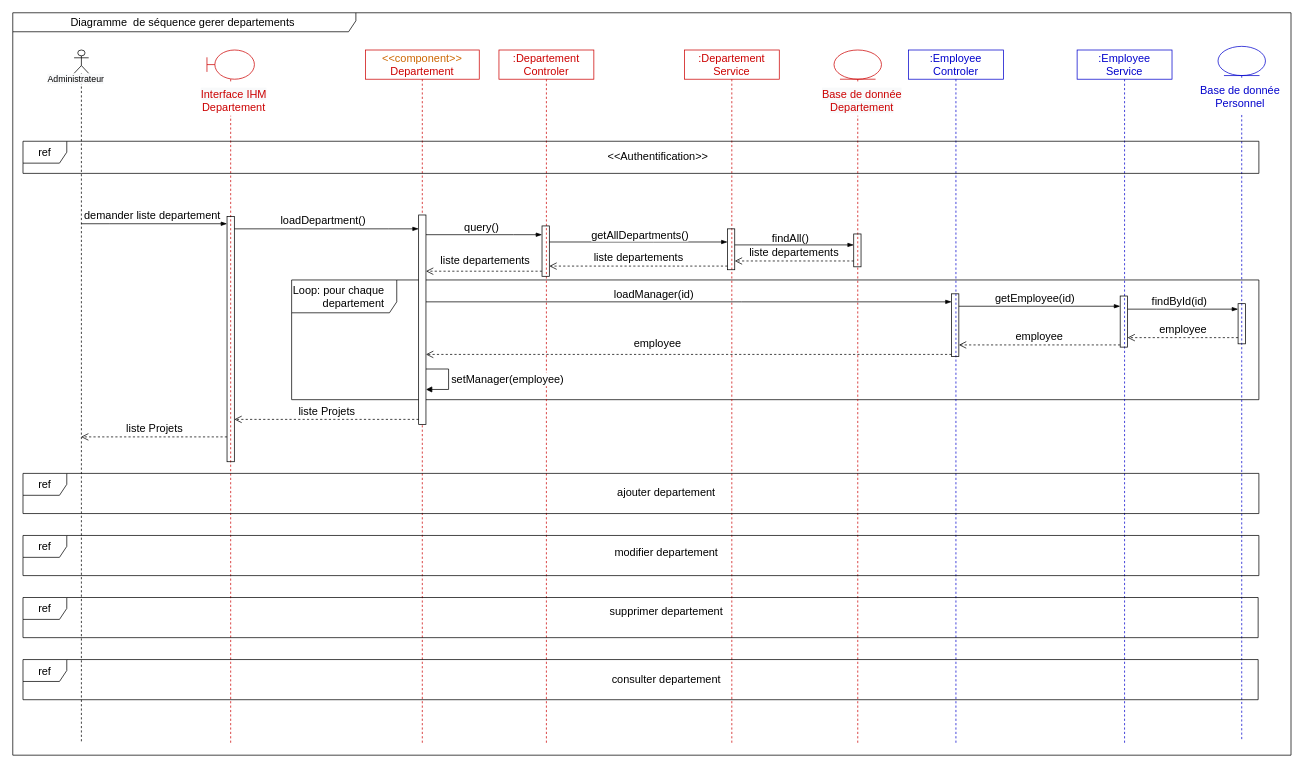
The draw.io diagram Department/DepartmentListDiagrammeSequence.drawio in ZidiMedAmine/UML, before the edit. Source tidied: cells renumbered, new cells numbered last; positions are measured from the earlier drawing's top-left corner, leaving out a move shared by most shapes. Both pictures are drawn from the tidied source at 73%, with x=0, y=0 at pixel (12, 12).
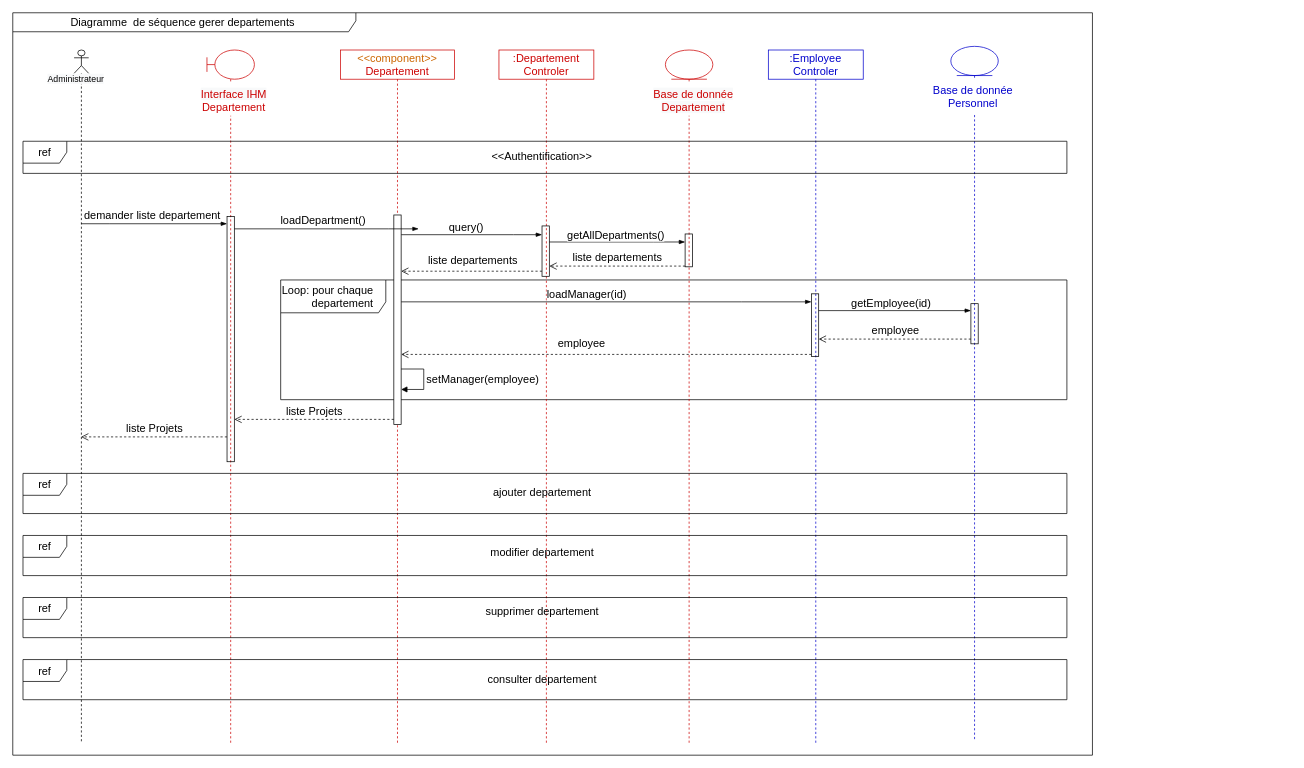
The same page after the edit.

Commit message:
Mettre à jour DepartmentListDiagrammeSequence.drawio

Unchanged cells that the change refers to:
```xml
<mxCell id="5" style="html=1;points=[];perimeter=orthogonalPerimeter;rounded=0;shadow=0;glass=0;sketch=0;fontSize=15;fillColor=none;" parent="4" vertex="1">
  <mxGeometry x="59" y="241" width="10" height="69" as="geometry" />
</mxCell>
<mxCell id="11" style="html=1;points=[];perimeter=orthogonalPerimeter;rounded=0;shadow=0;glass=0;sketch=0;fontSize=15;fillColor=none;" parent="10" vertex="1">
  <mxGeometry x="27" y="252" width="10" height="45" as="geometry" />
</mxCell>
<mxCell id="17" style="html=1;points=[];perimeter=orthogonalPerimeter;rounded=0;shadow=0;glass=0;sketch=0;fontSize=15;fillColor=none;" parent="16" vertex="1">
  <mxGeometry x="59" y="334" width="10" height="86" as="geometry" />
</mxCell>
<mxCell id="20" style="html=1;points=[];perimeter=orthogonalPerimeter;rounded=0;shadow=0;glass=0;sketch=0;fontSize=15;fillColor=none;" parent="18" vertex="1">
  <mxGeometry x="27.5" y="352.5" width="10" height="55" as="geometry" />
</mxCell>
```

Change to the diagram source:
```diff
@@
     <mxCell id="2" value="Diagramme&amp;nbsp; de séquence gerer departements&amp;nbsp;" style="shape=umlFrame;whiteSpace=wrap;html=1;rounded=0;shadow=0;glass=0;sketch=0;fontSize=15;fillColor=none;width=470;height=26;" parent="1" vertex="1">
-      <mxGeometry width="1751" height="1017" as="geometry" />
+      <mxGeometry width="1479" height="1017" as="geometry" />
     </mxCell>
     <mxCell id="3" value="Loop: pour chaque&lt;br&gt;&lt;div style=&quot;text-align: right;&quot;&gt;&lt;span style=&quot;background-color: initial;&quot;&gt;&amp;nbsp;&lt;/span&gt;&lt;span style=&quot;background-color: initial;&quot;&gt;departement&lt;/span&gt;&lt;/div&gt;" style="shape=umlFrame;whiteSpace=wrap;html=1;rounded=0;shadow=0;glass=0;sketch=0;fontSize=15;fillColor=none;width=144;height=45;align=left;" parent="1" vertex="1">
-      <mxGeometry x="382" y="366" width="1325" height="164" as="geometry" />
+      <mxGeometry x="367" y="366" width="1077" height="164" as="geometry" />
     </mxCell>
@@
-    <mxCell id="8" value=":Departement&lt;br&gt;Service" style="shape=umlLifeline;perimeter=lifelinePerimeter;whiteSpace=wrap;html=1;rounded=0;shadow=0;glass=0;sketch=0;fillColor=none;fontSize=15;fontColor=#CC0000;strokeColor=#CC0000;" parent="1" vertex="1">
-      <mxGeometry x="920" y="51" width="130" height="950" as="geometry" />
-    </mxCell>
-    <mxCell id="9" style="html=1;points=[];perimeter=orthogonalPerimeter;rounded=0;shadow=0;glass=0;sketch=0;fontSize=15;fillColor=none;" parent="8" vertex="1">
-      <mxGeometry x="59" y="245" width="10" height="56" as="geometry" />
-    </mxCell>
     <mxCell id="10" style="shape=umlLifeline;participant=umlEntity;perimeter=lifelinePerimeter;whiteSpace=wrap;html=1;verticalAlign=top;spacingTop=36;rounded=0;shadow=0;glass=0;sketch=0;fontSize=15;fillColor=none;fontColor=#CC0000;strokeColor=#CC0000;" parent="1" vertex="1">
-      <mxGeometry x="1125" y="51" width="65" height="950" as="geometry" />
+      <mxGeometry x="894" y="51" width="65" height="950" as="geometry" />
     </mxCell>
@@
     <mxCell id="16" value=":Employee&lt;br&gt;Controler" style="shape=umlLifeline;perimeter=lifelinePerimeter;whiteSpace=wrap;html=1;rounded=0;shadow=0;glass=0;sketch=0;fillColor=none;fontSize=15;strokeColor=#0000CC;fontColor=#0000CC;" parent="1" vertex="1">
-      <mxGeometry x="1227" y="51" width="130" height="950" as="geometry" />
+      <mxGeometry x="1035" y="51" width="130" height="950" as="geometry" />
     </mxCell>
@@
     <mxCell id="18" style="shape=umlLifeline;participant=umlEntity;perimeter=lifelinePerimeter;whiteSpace=wrap;html=1;verticalAlign=top;spacingTop=36;rounded=0;shadow=0;glass=0;sketch=0;fontSize=15;fillColor=none;strokeColor=#0000CC;" parent="1" vertex="1">
-      <mxGeometry x="1651" y="46" width="65" height="950" as="geometry" />
+      <mxGeometry x="1285" y="46" width="65" height="950" as="geometry" />
     </mxCell>
@@
-    <mxCell id="21" value=":Employee&lt;br&gt;Service" style="shape=umlLifeline;perimeter=lifelinePerimeter;whiteSpace=wrap;html=1;rounded=0;shadow=0;glass=0;sketch=0;fillColor=none;fontSize=15;strokeColor=#0000CC;fontColor=#0000CC;" parent="1" vertex="1">
-      <mxGeometry x="1458" y="51" width="130" height="950" as="geometry" />
-    </mxCell>
-    <mxCell id="22" style="html=1;points=[];perimeter=orthogonalPerimeter;rounded=0;shadow=0;glass=0;sketch=0;fontSize=15;fillColor=none;" parent="21" vertex="1">
-      <mxGeometry x="59" y="337" width="10" height="70" as="geometry" />
-    </mxCell>
@@
-    <mxCell id="27" style="edgeStyle=elbowEdgeStyle;fontSize=12;html=1;endArrow=blockThin;endFill=1;rounded=0;" parent="1" edge="1" source="5" target="9">
+    <mxCell id="27" style="edgeStyle=elbowEdgeStyle;fontSize=12;html=1;endArrow=blockThin;endFill=1;rounded=0;" parent="1" edge="1" source="5" target="11">
       <mxGeometry relative="1" as="geometry">
         <Array as="points">
           <mxPoint x="878" y="314" />
           <mxPoint x="727" y="299" />
           <mxPoint x="652" y="328" />
         </Array>
       </mxGeometry>
     </mxCell>
@@
-    <mxCell id="29" style="edgeStyle=elbowEdgeStyle;fontSize=12;html=1;endArrow=blockThin;endFill=1;rounded=0;" parent="1" edge="1" source="9" target="11">
-      <mxGeometry relative="1" as="geometry">
-        <Array as="points">
-          <mxPoint x="1140" y="318" />
-          <mxPoint x="994" y="299" />
-          <mxPoint x="891" y="304" />
-        </Array>
-      </mxGeometry>
-    </mxCell>
-    <mxCell id="30" value="findAll()" style="edgeLabel;html=1;align=center;verticalAlign=middle;fontSize=15;labelBackgroundColor=none;" parent="29" vertex="1">
-      <mxGeometry x="-0.36" y="2" relative="1" as="geometry">
-        <mxPoint x="23" y="-9" as="offset" />
-      </mxGeometry>
-    </mxCell>
-    <mxCell id="31" value="liste departements" style="html=1;verticalAlign=bottom;endArrow=open;dashed=1;endSize=8;rounded=0;fontSize=15;labelBackgroundColor=none;" parent="1" edge="1" source="11" target="9">
-      <mxGeometry relative="1" as="geometry">
-        <Array as="points">
-          <mxPoint x="1077" y="340" />
-        </Array>
-      </mxGeometry>
-    </mxCell>
-    <mxCell id="32" value="liste departements" style="html=1;verticalAlign=bottom;endArrow=open;dashed=1;endSize=8;rounded=0;fontSize=15;" parent="1" edge="1" source="9" target="5">
+    <mxCell id="32" value="liste departements" style="html=1;verticalAlign=bottom;endArrow=open;dashed=1;endSize=8;rounded=0;fontSize=15;" parent="1" edge="1" source="11" target="5">
       <mxGeometry relative="1" as="geometry">
         <Array as="points">
           <mxPoint x="883" y="347" />
         </Array>
       </mxGeometry>
     </mxCell>
@@
-    <mxCell id="36" style="fontSize=12;html=1;endArrow=blockThin;endFill=1;rounded=0;" parent="1" edge="1" source="17" target="22">
+    <mxCell id="36" style="fontSize=12;html=1;endArrow=blockThin;endFill=1;rounded=0;" parent="1" edge="1" source="17" target="20">
       <mxGeometry relative="1" as="geometry">
         <Array as="points">
-          <mxPoint x="1388" y="402" />
+          <mxPoint x="1307" y="408" />
         </Array>
       </mxGeometry>
     </mxCell>
@@
-    <mxCell id="38" style="edgeStyle=elbowEdgeStyle;fontSize=12;html=1;endArrow=blockThin;endFill=1;rounded=0;" parent="1" edge="1" source="22" target="20">
-      <mxGeometry relative="1" as="geometry">
-        <Array as="points">
-          <mxPoint x="1567" y="406" />
-          <mxPoint x="1459" y="395" />
-        </Array>
-      </mxGeometry>
-    </mxCell>
-    <mxCell id="39" value="findById(id)" style="edgeLabel;html=1;align=center;verticalAlign=middle;fontSize=15;" parent="38" vertex="1">
-      <mxGeometry x="-0.27" y="1" relative="1" as="geometry">
-        <mxPoint x="15" y="-11" as="offset" />
-      </mxGeometry>
-    </mxCell>
-    <mxCell id="40" value="employee" style="html=1;verticalAlign=bottom;endArrow=open;dashed=1;endSize=8;rounded=0;fontSize=15;" parent="1" edge="1" source="20" target="22">
+    <mxCell id="40" value="employee" style="html=1;verticalAlign=bottom;endArrow=open;dashed=1;endSize=8;rounded=0;fontSize=15;" parent="1" edge="1" source="20" target="17">
       <mxGeometry relative="1" as="geometry">
         <Array as="points">
-          <mxPoint x="1574" y="445" />
+          <mxPoint x="1294" y="447" />
         </Array>
       </mxGeometry>
     </mxCell>
-    <mxCell id="41" value="employee" style="html=1;verticalAlign=bottom;endArrow=open;dashed=1;endSize=8;rounded=0;fontSize=15;" parent="1" edge="1" source="22" target="17">
-      <mxGeometry relative="1" as="geometry">
-        <Array as="points">
-          <mxPoint x="1362" y="455" />
-        </Array>
-      </mxGeometry>
-    </mxCell>
@@
     <mxCell id="44" value="&lt;span style=&quot;color: rgb(204, 102, 0);&quot;&gt;&amp;lt;&amp;lt;component&amp;gt;&amp;gt;&lt;/span&gt;&lt;br style=&quot;color: rgb(204, 102, 0);&quot;&gt;Departement" style="shape=umlLifeline;perimeter=lifelinePerimeter;whiteSpace=wrap;html=1;rounded=0;shadow=0;glass=0;sketch=0;fillColor=none;fontSize=15;fontColor=#CC0000;strokeColor=#CC0000;" parent="1" vertex="1">
-      <mxGeometry x="483" y="51" width="156" height="950" as="geometry" />
+      <mxGeometry x="449" y="51" width="156" height="950" as="geometry" />
     </mxCell>
@@
     <mxCell id="50" value="ref" style="shape=umlFrame;whiteSpace=wrap;html=1;labelBackgroundColor=none;fontSize=15;" parent="1" vertex="1">
-      <mxGeometry x="14" y="176" width="1693" height="44" as="geometry" />
+      <mxGeometry x="14" y="176" width="1430" height="44" as="geometry" />
     </mxCell>
     <mxCell id="51" value="&amp;lt;&amp;lt;Authentification&amp;gt;&amp;gt;" style="text;html=1;strokeColor=none;fillColor=none;align=center;verticalAlign=middle;whiteSpace=wrap;rounded=0;labelBackgroundColor=none;fontSize=15;fontColor=#000000;" parent="1" vertex="1">
-      <mxGeometry x="854" y="181" width="60" height="30" as="geometry" />
+      <mxGeometry x="695" y="181" width="60" height="30" as="geometry" />
     </mxCell>
     <mxCell id="52" value="ref" style="shape=umlFrame;whiteSpace=wrap;html=1;labelBackgroundColor=none;fontSize=15;" parent="1" vertex="1">
-      <mxGeometry x="14" y="631" width="1693" height="55" as="geometry" />
+      <mxGeometry x="14" y="631" width="1430" height="55" as="geometry" />
     </mxCell>
     <mxCell id="53" value="ajouter departement" style="text;html=1;strokeColor=none;fillColor=none;align=center;verticalAlign=middle;whiteSpace=wrap;rounded=0;labelBackgroundColor=none;fontSize=15;fontColor=#000000;" parent="1" vertex="1">
-      <mxGeometry x="754" y="641" width="283" height="30" as="geometry" />
+      <mxGeometry x="584" y="641" width="283" height="30" as="geometry" />
     </mxCell>
     <mxCell id="54" value="ref" style="shape=umlFrame;whiteSpace=wrap;html=1;labelBackgroundColor=none;fontSize=15;" parent="1" vertex="1">
-      <mxGeometry x="14" y="716" width="1693" height="55" as="geometry" />
+      <mxGeometry x="14" y="716" width="1430" height="55" as="geometry" />
     </mxCell>
     <mxCell id="55" value="modifier departement" style="text;html=1;strokeColor=none;fillColor=none;align=center;verticalAlign=middle;whiteSpace=wrap;rounded=0;labelBackgroundColor=none;fontSize=15;fontColor=#000000;" parent="1" vertex="1">
-      <mxGeometry x="754" y="723" width="283" height="30" as="geometry" />
+      <mxGeometry x="584" y="723" width="283" height="30" as="geometry" />
     </mxCell>
     <mxCell id="56" value="ref" style="shape=umlFrame;whiteSpace=wrap;html=1;labelBackgroundColor=none;fontSize=15;" parent="1" vertex="1">
-      <mxGeometry x="14" y="801" width="1692" height="55" as="geometry" />
+      <mxGeometry x="14" y="801" width="1430" height="55" as="geometry" />
     </mxCell>
     <mxCell id="57" value="supprimer departement" style="text;html=1;strokeColor=none;fillColor=none;align=center;verticalAlign=middle;whiteSpace=wrap;rounded=0;labelBackgroundColor=none;fontSize=15;fontColor=#000000;" parent="1" vertex="1">
-      <mxGeometry x="754" y="804" width="283" height="30" as="geometry" />
+      <mxGeometry x="584" y="804" width="283" height="30" as="geometry" />
     </mxCell>
     <mxCell id="58" value="ref" style="shape=umlFrame;whiteSpace=wrap;html=1;labelBackgroundColor=none;fontSize=15;" parent="1" vertex="1">
-      <mxGeometry x="14" y="886" width="1692" height="55" as="geometry" />
+      <mxGeometry x="14" y="886" width="1430" height="55" as="geometry" />
     </mxCell>
     <mxCell id="59" value="consulter departement" style="text;html=1;strokeColor=none;fillColor=none;align=center;verticalAlign=middle;whiteSpace=wrap;rounded=0;labelBackgroundColor=none;fontSize=15;fontColor=#000000;" parent="1" vertex="1">
-      <mxGeometry x="754" y="897" width="283" height="30" as="geometry" />
+      <mxGeometry x="584" y="897" width="283" height="30" as="geometry" />
     </mxCell>
```
